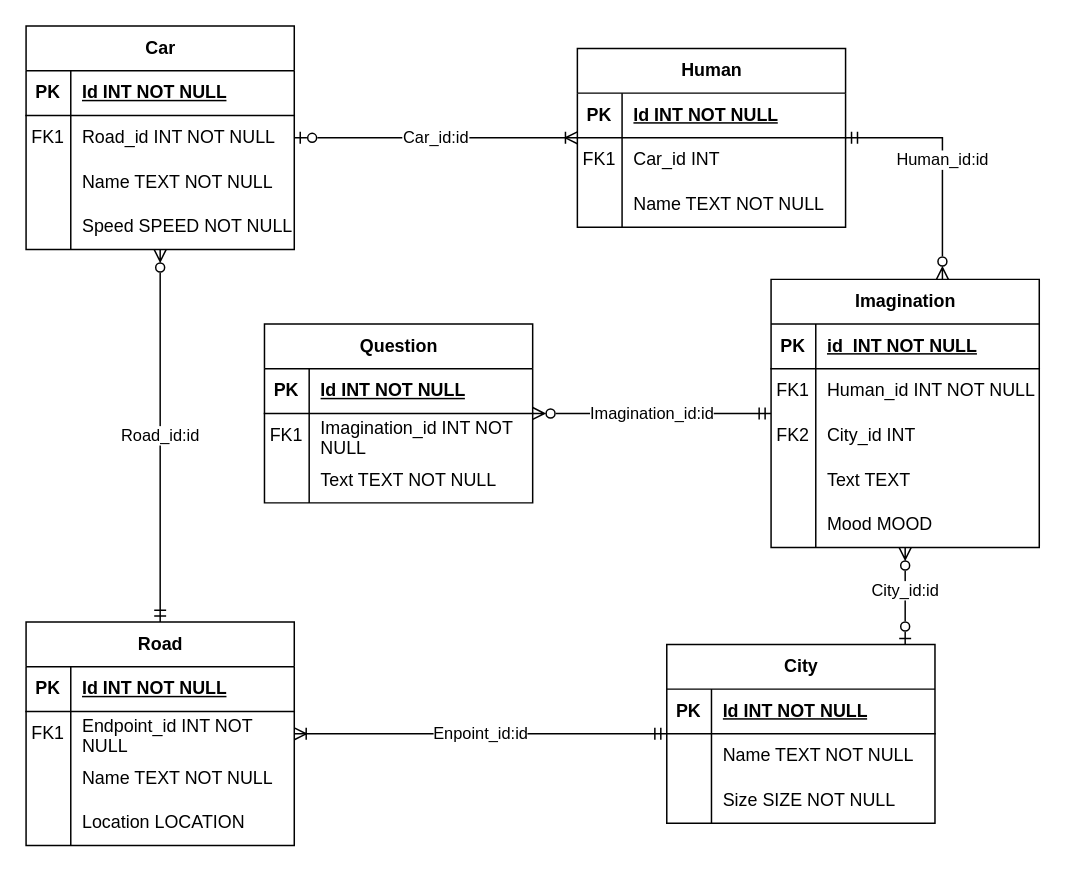
Azat2202/BD_lab3 keeps this draw.io diagram as Datalogic.drawio. Above is the earlier version. Source tidied: cells renumbered, new cells numbered last; positions are measured from the earlier drawing's top-left corner, leaving out a move shared by most shapes. Both pictures are drawn from the tidied source at 149%, with x=0, y=0 at pixel (25, 25).
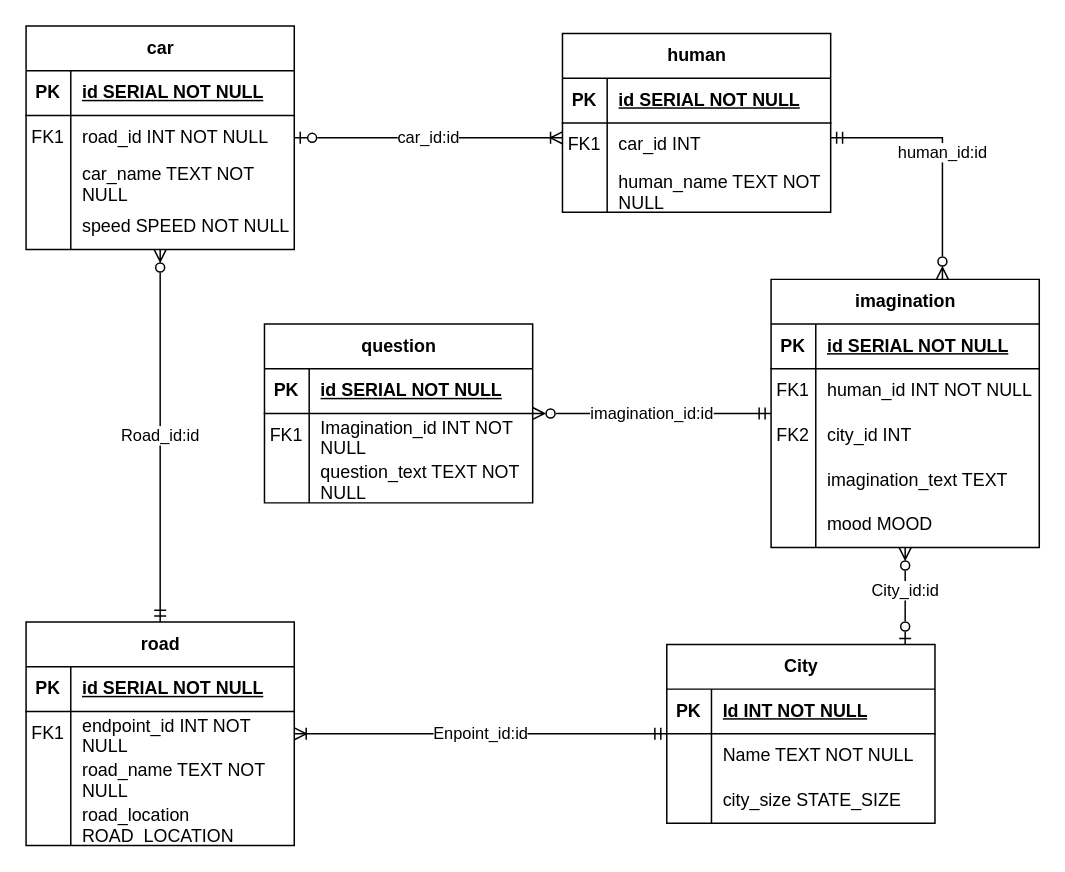
Above is the later version.

The change refers to these unchanged cells:
```xml
<mxCell id="9" style="shape=tableRow;horizontal=0;startSize=0;swimlaneHead=0;swimlaneBody=0;fillColor=none;top=0;left=0;right=0;bottom=1;" parent="8" vertex="1">
  <mxGeometry y="30" width="180" height="30" as="geometry" />
</mxCell>
<mxCell id="12" style="shape=tableRow;horizontal=0;startSize=0;swimlaneHead=0;swimlaneBody=0;fillColor=none;top=0;left=0;right=0;bottom=0;" parent="8" vertex="1">
  <mxGeometry y="60" width="180" height="30" as="geometry" />
</mxCell>
<mxCell id="15" style="shape=tableRow;horizontal=0;startSize=0;swimlaneHead=0;swimlaneBody=0;fillColor=none;top=0;left=0;right=0;bottom=0;" parent="8" vertex="1">
  <mxGeometry y="90" width="180" height="30" as="geometry" />
</mxCell>
<mxCell id="19" style="shape=tableRow;horizontal=0;startSize=0;swimlaneHead=0;swimlaneBody=0;fillColor=none;top=0;left=0;right=0;bottom=1;" parent="18" vertex="1">
  <mxGeometry y="30" width="180" height="30" as="geometry" />
</mxCell>
<mxCell id="22" style="shape=tableRow;horizontal=0;startSize=0;swimlaneHead=0;swimlaneBody=0;fillColor=none;top=0;left=0;right=0;bottom=0;" parent="18" vertex="1">
  <mxGeometry y="60" width="180" height="30" as="geometry" />
</mxCell>
<mxCell id="25" style="shape=tableRow;horizontal=0;startSize=0;swimlaneHead=0;swimlaneBody=0;fillColor=none;top=0;left=0;right=0;bottom=0;" parent="18" vertex="1">
  <mxGeometry y="90" width="180" height="30" as="geometry" />
</mxCell>
<mxCell id="28" style="shape=tableRow;horizontal=0;startSize=0;swimlaneHead=0;swimlaneBody=0;fillColor=none;top=0;left=0;right=0;bottom=0;" parent="18" vertex="1">
  <mxGeometry y="120" width="180" height="30" as="geometry" />
</mxCell>
<mxCell id="31" style="shape=tableRow;horizontal=0;startSize=0;swimlaneHead=0;swimlaneBody=0;fillColor=none;top=0;left=0;right=0;bottom=0;" parent="18" vertex="1">
  <mxGeometry y="150" width="180" height="30" as="geometry" />
</mxCell>
<mxCell id="41" style="shape=tableRow;horizontal=0;startSize=0;swimlaneHead=0;swimlaneBody=0;fillColor=none;top=0;left=0;right=0;bottom=0;" parent="34" vertex="1">
  <mxGeometry y="90" width="180" height="30" as="geometry" />
</mxCell>
<mxCell id="45" style="shape=tableRow;horizontal=0;startSize=0;swimlaneHead=0;swimlaneBody=0;fillColor=none;top=0;left=0;right=0;bottom=1;" parent="44" vertex="1">
  <mxGeometry y="30" width="180" height="30" as="geometry" />
</mxCell>
<mxCell id="48" style="shape=tableRow;horizontal=0;startSize=0;swimlaneHead=0;swimlaneBody=0;fillColor=none;top=0;left=0;right=0;bottom=0;" parent="44" vertex="1">
  <mxGeometry y="60" width="180" height="30" as="geometry" />
</mxCell>
<mxCell id="51" style="shape=tableRow;horizontal=0;startSize=0;swimlaneHead=0;swimlaneBody=0;fillColor=none;top=0;left=0;right=0;bottom=0;" parent="44" vertex="1">
  <mxGeometry y="90" width="180" height="30" as="geometry" />
</mxCell>
<mxCell id="54" style="shape=tableRow;horizontal=0;startSize=0;swimlaneHead=0;swimlaneBody=0;fillColor=none;top=0;left=0;right=0;bottom=0;" parent="44" vertex="1">
  <mxGeometry y="120" width="180" height="30" as="geometry" />
</mxCell>
<mxCell id="58" style="shape=tableRow;horizontal=0;startSize=0;swimlaneHead=0;swimlaneBody=0;fillColor=none;top=0;left=0;right=0;bottom=1;" parent="57" vertex="1">
  <mxGeometry y="30" width="180" height="30" as="geometry" />
</mxCell>
<mxCell id="61" style="shape=tableRow;horizontal=0;startSize=0;swimlaneHead=0;swimlaneBody=0;fillColor=none;top=0;left=0;right=0;bottom=0;" parent="57" vertex="1">
  <mxGeometry y="60" width="180" height="30" as="geometry" />
</mxCell>
<mxCell id="64" style="shape=tableRow;horizontal=0;startSize=0;swimlaneHead=0;swimlaneBody=0;fillColor=none;top=0;left=0;right=0;bottom=0;" parent="57" vertex="1">
  <mxGeometry y="90" width="180" height="30" as="geometry" />
</mxCell>
<mxCell id="67" style="shape=tableRow;horizontal=0;startSize=0;swimlaneHead=0;swimlaneBody=0;fillColor=none;top=0;left=0;right=0;bottom=0;" parent="57" vertex="1">
  <mxGeometry y="120" width="180" height="30" as="geometry" />
</mxCell>
<mxCell id="71" style="shape=tableRow;horizontal=0;startSize=0;swimlaneHead=0;swimlaneBody=0;fillColor=none;top=0;left=0;right=0;bottom=1;" parent="70" vertex="1">
  <mxGeometry y="30" width="180" height="30" as="geometry" />
</mxCell>
<mxCell id="77" style="shape=tableRow;horizontal=0;startSize=0;swimlaneHead=0;swimlaneBody=0;fillColor=none;top=0;left=0;right=0;bottom=0;" parent="70" vertex="1">
  <mxGeometry y="90" width="180" height="30" as="geometry" />
</mxCell>
```

What changed in the source:
```diff
@@
-    <mxCell id="3" value="Imagination_id:id" style="edgeStyle=orthogonalEdgeStyle;rounded=0;jettySize=auto;html=1;startArrow=ERmandOne;startFill=0;endArrow=ERzeroToMany;endFill=0;" parent="1" edge="1" source="18" target="70">
+    <mxCell id="3" value="imagination_id:id" style="edgeStyle=orthogonalEdgeStyle;rounded=0;jettySize=auto;html=1;startArrow=ERmandOne;startFill=0;endArrow=ERzeroToMany;endFill=0;" parent="1" edge="1" source="18" target="70">
       <mxGeometry relative="1" as="geometry" />
     </mxCell>
@@
-    <mxCell id="5" value="Human_id:id" style="edgeStyle=orthogonalEdgeStyle;rounded=0;jumpStyle=none;jettySize=auto;html=1;startArrow=ERzeroToMany;startFill=0;endArrow=ERmandOne;endFill=0;" parent="1" edge="1" source="18" target="8">
+    <mxCell id="5" value="human_id:id" style="edgeStyle=orthogonalEdgeStyle;rounded=0;jumpStyle=none;jettySize=auto;html=1;startArrow=ERzeroToMany;startFill=0;endArrow=ERmandOne;endFill=0;" parent="1" edge="1" source="18" target="8">
       <mxGeometry relative="1" as="geometry">
         <Array as="points">
           <mxPoint x="615" y="260" />
           <mxPoint x="615" y="75" />
         </Array>
       </mxGeometry>
     </mxCell>
@@
-    <mxCell id="7" value="Car_id:id" style="edgeStyle=orthogonalEdgeStyle;rounded=0;jumpStyle=none;jettySize=auto;html=1;startArrow=ERzeroToOne;startFill=0;endArrow=ERoneToMany;endFill=0;" parent="1" edge="1" source="57" target="8">
+    <mxCell id="7" value="car_id:id" style="edgeStyle=orthogonalEdgeStyle;rounded=0;jumpStyle=none;jettySize=auto;html=1;startArrow=ERzeroToOne;startFill=0;endArrow=ERoneToMany;endFill=0;" parent="1" edge="1" source="57" target="8">
       <mxGeometry relative="1" as="geometry">
         <Array as="points">
           <mxPoint x="390" y="70" />
           <mxPoint x="390" y="70" />
         </Array>
       </mxGeometry>
     </mxCell>
-    <mxCell id="8" value="Human" style="shape=table;startSize=30;childLayout=tableLayout;rowLines=0;fontStyle=1;align=center;html=1;" parent="1" vertex="1">
-      <mxGeometry x="370" y="15" width="180" height="120" as="geometry" />
+    <mxCell id="8" value="human" style="shape=table;startSize=30;childLayout=tableLayout;rowLines=0;fontStyle=1;align=center;html=1;" parent="1" vertex="1">
+      <mxGeometry x="360" y="5" width="180" height="120" as="geometry" />
     </mxCell>
@@
-    <mxCell id="11" value="Id INT NOT NULL" style="shape=partialRectangle;fillColor=none;top=0;left=0;bottom=0;right=0;align=left;spacingLeft=6;fontStyle=5;overflow=hidden;whiteSpace=wrap;html=1;" parent="9" vertex="1">
+    <mxCell id="11" value="id SERIAL NOT NULL" style="shape=partialRectangle;fillColor=none;top=0;left=0;bottom=0;right=0;align=left;spacingLeft=6;fontStyle=5;overflow=hidden;whiteSpace=wrap;html=1;" parent="9" vertex="1">
       <mxGeometry x="30" width="150" height="30" as="geometry" />
     </mxCell>
@@
-    <mxCell id="14" value="Car_id INT" style="shape=partialRectangle;fillColor=none;top=0;left=0;bottom=0;right=0;align=left;spacingLeft=6;overflow=hidden;whiteSpace=wrap;html=1;" parent="12" vertex="1">
+    <mxCell id="14" value="car_id INT" style="shape=partialRectangle;fillColor=none;top=0;left=0;bottom=0;right=0;align=left;spacingLeft=6;overflow=hidden;whiteSpace=wrap;html=1;" parent="12" vertex="1">
       <mxGeometry x="30" width="150" height="30" as="geometry" />
     </mxCell>
@@
-    <mxCell id="17" value="Name TEXT NOT NULL" style="shape=partialRectangle;fillColor=none;top=0;left=0;bottom=0;right=0;align=left;spacingLeft=6;overflow=hidden;whiteSpace=wrap;html=1;" parent="15" vertex="1">
+    <mxCell id="17" value="human_name TEXT NOT NULL" style="shape=partialRectangle;fillColor=none;top=0;left=0;bottom=0;right=0;align=left;spacingLeft=6;overflow=hidden;whiteSpace=wrap;html=1;" parent="15" vertex="1">
       <mxGeometry x="30" width="150" height="30" as="geometry" />
     </mxCell>
-    <mxCell id="18" value="Imagination" style="shape=table;startSize=30;childLayout=tableLayout;rowLines=0;fontStyle=1;align=center;html=1;" parent="1" vertex="1">
+    <mxCell id="18" value="imagination" style="shape=table;startSize=30;childLayout=tableLayout;rowLines=0;fontStyle=1;align=center;html=1;" parent="1" vertex="1">
       <mxGeometry x="500" y="170" width="180" height="180" as="geometry" />
     </mxCell>
@@
-    <mxCell id="21" value="id&amp;nbsp; INT NOT NULL" style="shape=partialRectangle;fillColor=none;top=0;left=0;bottom=0;right=0;align=left;spacingLeft=6;fontStyle=5;overflow=hidden;whiteSpace=wrap;html=1;" parent="19" vertex="1">
+    <mxCell id="21" value="id SERIAL NOT NULL" style="shape=partialRectangle;fillColor=none;top=0;left=0;bottom=0;right=0;align=left;spacingLeft=6;fontStyle=5;overflow=hidden;whiteSpace=wrap;html=1;" parent="19" vertex="1">
       <mxGeometry x="30" width="150" height="30" as="geometry" />
     </mxCell>
@@
-    <mxCell id="24" value="Human_id INT NOT NULL" style="shape=partialRectangle;fillColor=none;top=0;left=0;bottom=0;right=0;align=left;spacingLeft=6;overflow=hidden;whiteSpace=wrap;html=1;" parent="22" vertex="1">
+    <mxCell id="24" value="human_id INT NOT NULL" style="shape=partialRectangle;fillColor=none;top=0;left=0;bottom=0;right=0;align=left;spacingLeft=6;overflow=hidden;whiteSpace=wrap;html=1;" parent="22" vertex="1">
       <mxGeometry x="30" width="150" height="30" as="geometry" />
     </mxCell>
@@
-    <mxCell id="27" value="City_id INT" style="shape=partialRectangle;fillColor=none;top=0;left=0;bottom=0;right=0;align=left;spacingLeft=6;overflow=hidden;whiteSpace=wrap;html=1;" parent="25" vertex="1">
+    <mxCell id="27" value="city_id INT" style="shape=partialRectangle;fillColor=none;top=0;left=0;bottom=0;right=0;align=left;spacingLeft=6;overflow=hidden;whiteSpace=wrap;html=1;" parent="25" vertex="1">
       <mxGeometry x="30" width="150" height="30" as="geometry" />
     </mxCell>
@@
-    <mxCell id="30" value="Text TEXT" style="shape=partialRectangle;fillColor=none;top=0;left=0;bottom=0;right=0;align=left;spacingLeft=6;overflow=hidden;whiteSpace=wrap;html=1;" parent="28" vertex="1">
+    <mxCell id="30" value="imagination_text TEXT" style="shape=partialRectangle;fillColor=none;top=0;left=0;bottom=0;right=0;align=left;spacingLeft=6;overflow=hidden;whiteSpace=wrap;html=1;" parent="28" vertex="1">
       <mxGeometry x="30" width="150" height="30" as="geometry" />
     </mxCell>
@@
-    <mxCell id="33" value="Mood MOOD" style="shape=partialRectangle;fillColor=none;top=0;left=0;bottom=0;right=0;align=left;spacingLeft=6;overflow=hidden;whiteSpace=wrap;html=1;" parent="31" vertex="1">
+    <mxCell id="33" value="mood MOOD" style="shape=partialRectangle;fillColor=none;top=0;left=0;bottom=0;right=0;align=left;spacingLeft=6;overflow=hidden;whiteSpace=wrap;html=1;" parent="31" vertex="1">
       <mxGeometry x="30" width="150" height="30" as="geometry" />
     </mxCell>
@@
-    <mxCell id="43" value="Size SIZE NOT NULL" style="shape=partialRectangle;fillColor=none;top=0;left=0;bottom=0;right=0;align=left;spacingLeft=6;overflow=hidden;whiteSpace=wrap;html=1;" parent="41" vertex="1">
+    <mxCell id="43" value="city_size STATE_SIZE" style="shape=partialRectangle;fillColor=none;top=0;left=0;bottom=0;right=0;align=left;spacingLeft=6;overflow=hidden;whiteSpace=wrap;html=1;" parent="41" vertex="1">
       <mxGeometry x="30" width="150" height="30" as="geometry" />
     </mxCell>
-    <mxCell id="44" value="Road" style="shape=table;startSize=30;childLayout=tableLayout;rowLines=0;fontStyle=1;align=center;html=1;" parent="1" vertex="1">
+    <mxCell id="44" value="road" style="shape=table;startSize=30;childLayout=tableLayout;rowLines=0;fontStyle=1;align=center;html=1;" parent="1" vertex="1">
       <mxGeometry y="400" width="180" height="150" as="geometry" />
     </mxCell>
@@
-    <mxCell id="47" value="Id INT NOT NULL" style="shape=partialRectangle;fillColor=none;top=0;left=0;bottom=0;right=0;align=left;spacingLeft=6;fontStyle=5;overflow=hidden;whiteSpace=wrap;html=1;" parent="45" vertex="1">
+    <mxCell id="47" value="id SERIAL NOT NULL" style="shape=partialRectangle;fillColor=none;top=0;left=0;bottom=0;right=0;align=left;spacingLeft=6;fontStyle=5;overflow=hidden;whiteSpace=wrap;html=1;" parent="45" vertex="1">
       <mxGeometry x="30" width="150" height="30" as="geometry" />
     </mxCell>
@@
-    <mxCell id="50" value="Endpoint_id INT NOT NULL" style="shape=partialRectangle;fillColor=none;top=0;left=0;bottom=0;right=0;align=left;spacingLeft=6;overflow=hidden;whiteSpace=wrap;html=1;" parent="48" vertex="1">
+    <mxCell id="50" value="endpoint_id INT NOT NULL" style="shape=partialRectangle;fillColor=none;top=0;left=0;bottom=0;right=0;align=left;spacingLeft=6;overflow=hidden;whiteSpace=wrap;html=1;" parent="48" vertex="1">
       <mxGeometry x="30" width="150" height="30" as="geometry" />
     </mxCell>
@@
-    <mxCell id="53" value="Name TEXT NOT NULL" style="shape=partialRectangle;fillColor=none;top=0;left=0;bottom=0;right=0;align=left;spacingLeft=6;overflow=hidden;whiteSpace=wrap;html=1;" parent="51" vertex="1">
+    <mxCell id="53" value="road_name TEXT NOT NULL" style="shape=partialRectangle;fillColor=none;top=0;left=0;bottom=0;right=0;align=left;spacingLeft=6;overflow=hidden;whiteSpace=wrap;html=1;" parent="51" vertex="1">
       <mxGeometry x="30" width="150" height="30" as="geometry" />
     </mxCell>
@@
-    <mxCell id="56" value="Location LOCATION&amp;nbsp;" style="shape=partialRectangle;fillColor=none;top=0;left=0;bottom=0;right=0;align=left;spacingLeft=6;overflow=hidden;whiteSpace=wrap;html=1;" parent="54" vertex="1">
+    <mxCell id="56" value="road_location ROAD_LOCATION" style="shape=partialRectangle;fillColor=none;top=0;left=0;bottom=0;right=0;align=left;spacingLeft=6;overflow=hidden;whiteSpace=wrap;html=1;" parent="54" vertex="1">
       <mxGeometry x="30" width="150" height="30" as="geometry" />
     </mxCell>
-    <mxCell id="57" value="Car" style="shape=table;startSize=30;childLayout=tableLayout;rowLines=0;fontStyle=1;align=center;html=1;" parent="1" vertex="1">
+    <mxCell id="57" value="car" style="shape=table;startSize=30;childLayout=tableLayout;rowLines=0;fontStyle=1;align=center;html=1;" parent="1" vertex="1">
       <mxGeometry width="180" height="150" as="geometry" />
     </mxCell>
@@
-    <mxCell id="60" value="Id INT NOT NULL" style="shape=partialRectangle;fillColor=none;top=0;left=0;bottom=0;right=0;align=left;spacingLeft=6;fontStyle=5;overflow=hidden;whiteSpace=wrap;html=1;" parent="58" vertex="1">
+    <mxCell id="60" value="id SERIAL NOT NULL" style="shape=partialRectangle;fillColor=none;top=0;left=0;bottom=0;right=0;align=left;spacingLeft=6;fontStyle=5;overflow=hidden;whiteSpace=wrap;html=1;" parent="58" vertex="1">
       <mxGeometry x="30" width="150" height="30" as="geometry" />
     </mxCell>
@@
-    <mxCell id="63" value="Road_id INT NOT NULL" style="shape=partialRectangle;fillColor=none;top=0;left=0;bottom=0;right=0;align=left;spacingLeft=6;overflow=hidden;whiteSpace=wrap;html=1;" parent="61" vertex="1">
+    <mxCell id="63" value="road_id INT NOT NULL" style="shape=partialRectangle;fillColor=none;top=0;left=0;bottom=0;right=0;align=left;spacingLeft=6;overflow=hidden;whiteSpace=wrap;html=1;" parent="61" vertex="1">
       <mxGeometry x="30" width="150" height="30" as="geometry" />
     </mxCell>
@@
-    <mxCell id="66" value="Name TEXT NOT NULL" style="shape=partialRectangle;fillColor=none;top=0;left=0;bottom=0;right=0;align=left;spacingLeft=6;overflow=hidden;whiteSpace=wrap;html=1;" parent="64" vertex="1">
+    <mxCell id="66" value="car_name TEXT NOT NULL" style="shape=partialRectangle;fillColor=none;top=0;left=0;bottom=0;right=0;align=left;spacingLeft=6;overflow=hidden;whiteSpace=wrap;html=1;" parent="64" vertex="1">
       <mxGeometry x="30" width="150" height="30" as="geometry" />
     </mxCell>
@@
-    <mxCell id="69" value="Speed SPEED NOT NULL" style="shape=partialRectangle;fillColor=none;top=0;left=0;bottom=0;right=0;align=left;spacingLeft=6;overflow=hidden;whiteSpace=wrap;html=1;" parent="67" vertex="1">
+    <mxCell id="69" value="speed SPEED NOT NULL" style="shape=partialRectangle;fillColor=none;top=0;left=0;bottom=0;right=0;align=left;spacingLeft=6;overflow=hidden;whiteSpace=wrap;html=1;" parent="67" vertex="1">
       <mxGeometry x="30" width="150" height="30" as="geometry" />
     </mxCell>
-    <mxCell id="70" value="Question&lt;br&gt;" style="shape=table;startSize=30;childLayout=tableLayout;rowLines=0;fontStyle=1;align=center;html=1;" parent="1" vertex="1">
+    <mxCell id="70" value="question" style="shape=table;startSize=30;childLayout=tableLayout;rowLines=0;fontStyle=1;align=center;html=1;" parent="1" vertex="1">
       <mxGeometry x="160" y="200" width="180" height="120" as="geometry" />
     </mxCell>
@@
-    <mxCell id="73" value="Id INT NOT NULL" style="shape=partialRectangle;fillColor=none;top=0;left=0;bottom=0;right=0;align=left;spacingLeft=6;fontStyle=5;overflow=hidden;whiteSpace=wrap;html=1;" parent="71" vertex="1">
+    <mxCell id="73" value="id SERIAL NOT NULL" style="shape=partialRectangle;fillColor=none;top=0;left=0;bottom=0;right=0;align=left;spacingLeft=6;fontStyle=5;overflow=hidden;whiteSpace=wrap;html=1;" parent="71" vertex="1">
       <mxGeometry x="30" width="150" height="30" as="geometry" />
     </mxCell>
@@
-    <mxCell id="79" value="Text TEXT NOT NULL" style="shape=partialRectangle;fillColor=none;top=0;left=0;bottom=0;right=0;align=left;spacingLeft=6;overflow=hidden;whiteSpace=wrap;html=1;" parent="77" vertex="1">
+    <mxCell id="79" value="question_text TEXT NOT NULL" style="shape=partialRectangle;fillColor=none;top=0;left=0;bottom=0;right=0;align=left;spacingLeft=6;overflow=hidden;whiteSpace=wrap;html=1;" parent="77" vertex="1">
       <mxGeometry x="30" width="150" height="30" as="geometry" />
     </mxCell>
```
